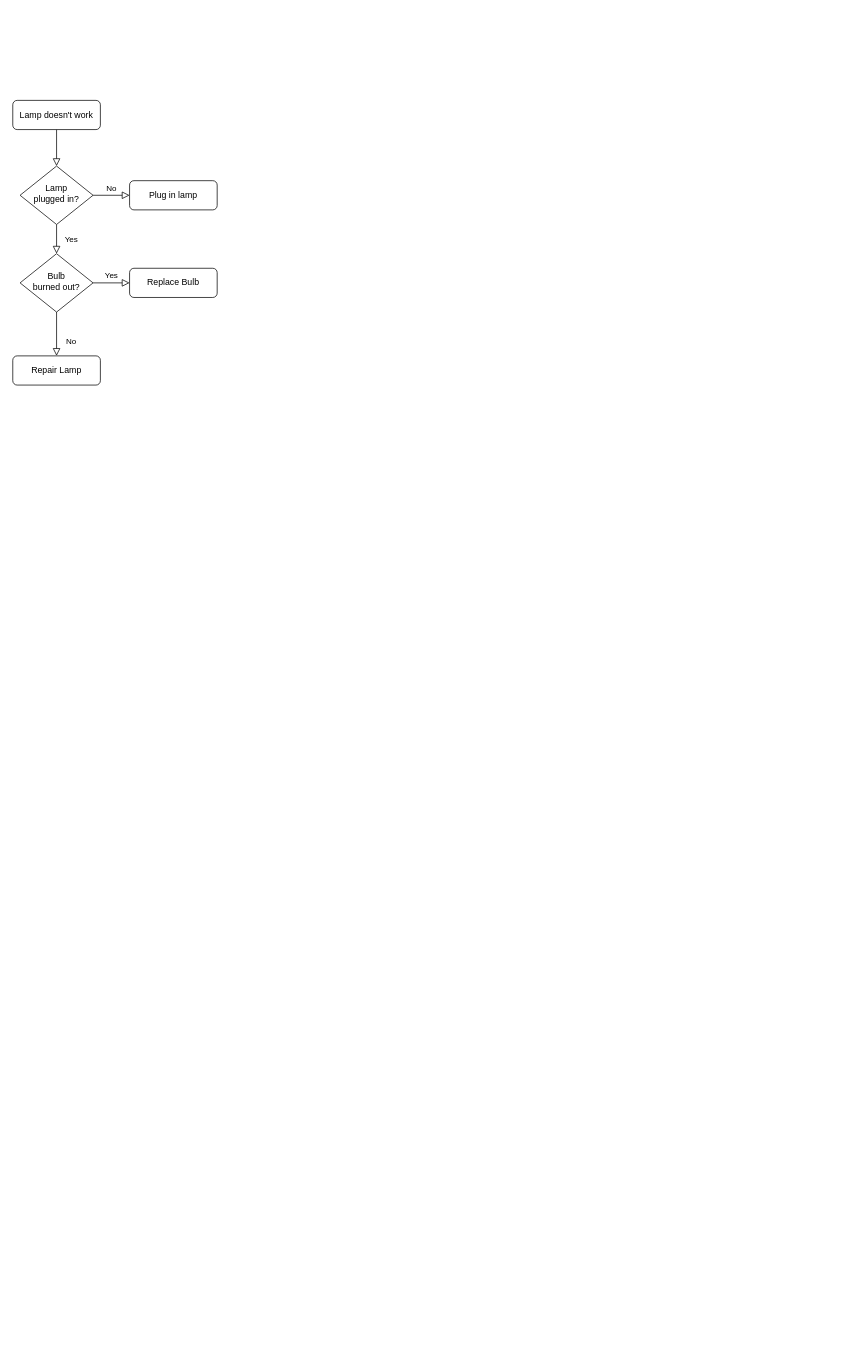
lihema/lihemahome keeps this draw.io diagram as 排期邀约.drawio. Above is the earlier version. Source tidied: cells renumbered, new cells numbered last; positions are measured from the earlier drawing's top-left corner, leaving out a move shared by most shapes. Both pictures are drawn from the tidied source at 73%, with x=0, y=0 at pixel (12, 100).
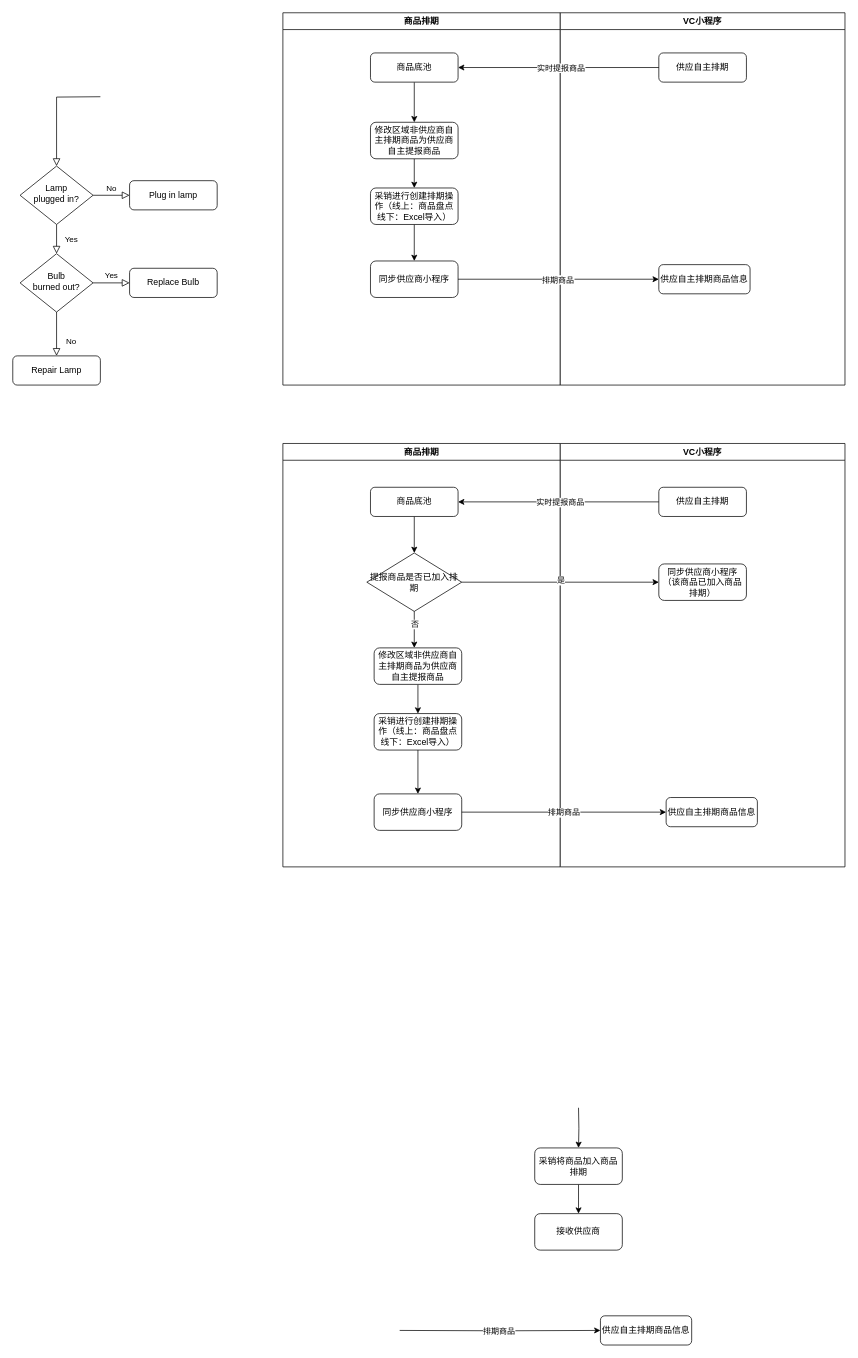
The same diagram, later.

Unchanged cells that the change refers to:
```xml
<mxCell id="6" value="Lamp&lt;br&gt;plugged in?" style="rhombus;whiteSpace=wrap;html=1;shadow=0;fontFamily=Helvetica;fontSize=12;align=center;strokeWidth=1;spacing=6;spacingTop=-4;" parent="1" vertex="1">
  <mxGeometry x="10" y="90" width="100" height="80" as="geometry" />
</mxCell>
```

What changed in the source:
```diff
@@
-    <mxCell id="2" style="rounded=0;html=1;jettySize=auto;fontSize=11;endArrow=block;endFill=0;endSize=8;strokeWidth=1;shadow=0;labelBackgroundColor=none;edgeStyle=orthogonalEdgeStyle;" parent="1" edge="1" source="3" target="6">
-      <mxGeometry relative="1" as="geometry" />
+    <mxCell id="2" style="rounded=0;html=1;jettySize=auto;fontSize=11;endArrow=block;endFill=0;endSize=8;strokeWidth=1;shadow=0;labelBackgroundColor=none;edgeStyle=orthogonalEdgeStyle;" parent="1" edge="1" target="6">
+      <mxGeometry relative="1" as="geometry">
+        <mxPoint x="120" y="-5" as="sourcePoint" />
+      </mxGeometry>
     </mxCell>
-    <mxCell id="3" value="Lamp doesn't work" style="rounded=1;whiteSpace=wrap;html=1;fontSize=12;glass=0;strokeWidth=1;shadow=0;" parent="1" vertex="1">
-      <mxGeometry width="120" height="40" as="geometry" />
-    </mxCell>
@@
+    <mxCell id="13" value="商品排期" style="swimlane;fillColor=#FFFFFF;swimlaneFillColor=default;" parent="1" vertex="1">
+      <mxGeometry x="370" y="-120" width="380" height="510" as="geometry" />
+    </mxCell>
+    <mxCell id="14" style="edgeStyle=orthogonalEdgeStyle;rounded=0;jettySize=auto;html=1;" parent="13" edge="1" source="15" target="17">
+      <mxGeometry relative="1" as="geometry" />
+    </mxCell>
+    <mxCell id="15" value="商品底池" style="rounded=1;whiteSpace=wrap;html=1;fontSize=12;glass=0;strokeWidth=1;shadow=0;" parent="13" vertex="1">
+      <mxGeometry x="120" y="55" width="120" height="40" as="geometry" />
+    </mxCell>
+    <mxCell id="16" style="edgeStyle=orthogonalEdgeStyle;rounded=0;jettySize=auto;html=1;" parent="13" edge="1" source="17" target="19">
+      <mxGeometry relative="1" as="geometry" />
+    </mxCell>
+    <mxCell id="17" value="修改区域非供应商自主排期商品为供应商自主提报商品" style="rounded=1;whiteSpace=wrap;html=1;fontSize=12;glass=0;strokeWidth=1;shadow=0;" parent="13" vertex="1">
+      <mxGeometry x="120" y="150" width="120" height="50" as="geometry" />
+    </mxCell>
+    <mxCell id="18" style="edgeStyle=orthogonalEdgeStyle;rounded=0;jettySize=auto;html=1;" parent="13" edge="1" source="19" target="20">
+      <mxGeometry relative="1" as="geometry" />
+    </mxCell>
+    <mxCell id="19" value="采销进行创建排期操作（线上：商品盘点&lt;br&gt;线下：Excel导入）" style="rounded=1;whiteSpace=wrap;html=1;fontSize=12;glass=0;strokeWidth=1;shadow=0;" parent="13" vertex="1">
+      <mxGeometry x="120" y="240" width="120" height="50" as="geometry" />
+    </mxCell>
+    <mxCell id="20" value="同步供应商小程序" style="rounded=1;whiteSpace=wrap;html=1;fontSize=12;glass=0;strokeWidth=1;shadow=0;" parent="13" vertex="1">
+      <mxGeometry x="120" y="340" width="120" height="50" as="geometry" />
+    </mxCell>
+    <mxCell id="21" value="VC小程序" style="swimlane;fillColor=#FFFFFF;swimlaneFillColor=default;" parent="1" vertex="1">
+      <mxGeometry x="750" y="-120" width="390" height="510" as="geometry" />
+    </mxCell>
+    <mxCell id="22" value="供应自主排期" style="rounded=1;whiteSpace=wrap;html=1;fontSize=12;glass=0;strokeWidth=1;shadow=0;" parent="21" vertex="1">
+      <mxGeometry x="135" y="55" width="120" height="40" as="geometry" />
+    </mxCell>
+    <mxCell id="23" value="供应自主排期商品信息" style="rounded=1;whiteSpace=wrap;html=1;fontSize=12;glass=0;strokeWidth=1;shadow=0;" parent="21" vertex="1">
+      <mxGeometry x="135" y="345" width="125" height="40" as="geometry" />
+    </mxCell>
+    <mxCell id="24" style="edgeStyle=orthogonalEdgeStyle;rounded=0;jettySize=auto;html=1;entryX=1;entryY=0.5;entryDx=0;entryDy=0;" parent="1" edge="1" source="22" target="15">
+      <mxGeometry relative="1" as="geometry" />
+    </mxCell>
+    <mxCell id="25" value="实时提报商品" style="edgeLabel;html=1;align=center;verticalAlign=middle;" parent="24" vertex="1">
+      <mxGeometry x="0.42" y="-2" relative="1" as="geometry">
+        <mxPoint x="60" y="2" as="offset" />
+      </mxGeometry>
+    </mxCell>
+    <mxCell id="26" style="edgeStyle=orthogonalEdgeStyle;rounded=0;jettySize=auto;html=1;entryX=0;entryY=0.5;entryDx=0;entryDy=0;" parent="1" edge="1" source="20" target="23">
+      <mxGeometry relative="1" as="geometry" />
+    </mxCell>
+    <mxCell id="27" value="排期商品" style="edgeLabel;html=1;align=center;verticalAlign=middle;" parent="26" vertex="1">
+      <mxGeometry x="-0.01" relative="1" as="geometry" />
+    </mxCell>
+    <mxCell id="28" value="商品排期" style="swimlane;fillColor=#FFFFFF;swimlaneFillColor=default;" parent="1" vertex="1">
+      <mxGeometry x="370" y="470" width="380" height="580" as="geometry" />
+    </mxCell>
+    <mxCell id="29" style="edgeStyle=orthogonalEdgeStyle;rounded=0;jettySize=auto;html=1;" parent="28" edge="1" source="30" target="33">
+      <mxGeometry relative="1" as="geometry" />
+    </mxCell>
+    <mxCell id="30" value="商品底池" style="rounded=1;whiteSpace=wrap;html=1;fontSize=12;glass=0;strokeWidth=1;shadow=0;" parent="28" vertex="1">
+      <mxGeometry x="120" y="60" width="120" height="40" as="geometry" />
+    </mxCell>
+    <mxCell id="31" style="edgeStyle=orthogonalEdgeStyle;rounded=0;orthogonalLoop=1;jettySize=auto;html=1;" parent="28" edge="1">
+      <mxGeometry relative="1" as="geometry">
+        <mxPoint x="180" y="200" as="sourcePoint" />
+        <mxPoint x="180" y="280" as="targetPoint" />
+      </mxGeometry>
+    </mxCell>
+    <mxCell id="32" value="否" style="edgeLabel;html=1;align=center;verticalAlign=middle;" parent="31" vertex="1">
+      <mxGeometry x="0.17" relative="1" as="geometry" />
+    </mxCell>
+    <mxCell id="33" value="提报商品是否已加入排期" style="rhombus;whiteSpace=wrap;html=1;fillColor=#FFFFFF;gradientColor=none;" parent="28" vertex="1">
+      <mxGeometry x="115" y="150" width="130" height="80" as="geometry" />
+    </mxCell>
+    <mxCell id="34" style="edgeStyle=orthogonalEdgeStyle;rounded=0;jettySize=auto;html=1;" parent="28" edge="1" source="35" target="36">
+      <mxGeometry relative="1" as="geometry" />
+    </mxCell>
+    <mxCell id="35" value="修改区域非供应商自主排期商品为供应商自主提报商品" style="rounded=1;whiteSpace=wrap;html=1;fontSize=12;glass=0;strokeWidth=1;shadow=0;" parent="28" vertex="1">
+      <mxGeometry x="125" y="280" width="120" height="50" as="geometry" />
+    </mxCell>
+    <mxCell id="36" value="采销进行创建排期操作（线上：商品盘点&lt;br&gt;线下：Excel导入）" style="rounded=1;whiteSpace=wrap;html=1;fontSize=12;glass=0;strokeWidth=1;shadow=0;" parent="28" vertex="1">
+      <mxGeometry x="125" y="370" width="120" height="50" as="geometry" />
+    </mxCell>
+    <mxCell id="37" value="VC小程序" style="swimlane;fillColor=#FFFFFF;swimlaneFillColor=default;" parent="1" vertex="1">
+      <mxGeometry x="750" y="470" width="390" height="580" as="geometry" />
+    </mxCell>
+    <mxCell id="38" value="供应自主排期" style="rounded=1;whiteSpace=wrap;html=1;fontSize=12;glass=0;strokeWidth=1;shadow=0;" parent="37" vertex="1">
+      <mxGeometry x="135" y="60" width="120" height="40" as="geometry" />
+    </mxCell>
+    <mxCell id="39" style="edgeStyle=orthogonalEdgeStyle;rounded=0;jettySize=auto;html=1;entryX=1;entryY=0.5;entryDx=0;entryDy=0;" parent="37" edge="1" source="38">
+      <mxGeometry relative="1" as="geometry">
+        <mxPoint x="-140" y="80" as="targetPoint" />
+      </mxGeometry>
+    </mxCell>
+    <mxCell id="40" value="实时提报商品" style="edgeLabel;html=1;align=center;verticalAlign=middle;" parent="39" vertex="1">
+      <mxGeometry x="0.42" y="-2" relative="1" as="geometry">
+        <mxPoint x="60" y="2" as="offset" />
+      </mxGeometry>
+    </mxCell>
+    <mxCell id="41" value="同步供应商小程序&lt;br&gt;（该商品已加入商品排期）" style="rounded=1;whiteSpace=wrap;html=1;fontSize=12;glass=0;strokeWidth=1;shadow=0;" parent="37" vertex="1">
+      <mxGeometry x="135" y="165" width="120" height="50" as="geometry" />
+    </mxCell>
+    <mxCell id="42" value="同步供应商小程序" style="rounded=1;whiteSpace=wrap;html=1;fontSize=12;glass=0;strokeWidth=1;shadow=0;" parent="37" vertex="1">
+      <mxGeometry x="-255" y="480" width="120" height="50" as="geometry" />
+    </mxCell>
+    <mxCell id="43" value="供应自主排期商品信息" style="rounded=1;whiteSpace=wrap;html=1;fontSize=12;glass=0;strokeWidth=1;shadow=0;" parent="37" vertex="1">
+      <mxGeometry x="145" y="485" width="125" height="40" as="geometry" />
+    </mxCell>
+    <mxCell id="44" style="edgeStyle=orthogonalEdgeStyle;rounded=0;jettySize=auto;html=1;entryX=0;entryY=0.5;entryDx=0;entryDy=0;" parent="37" edge="1" source="42" target="43">
+      <mxGeometry relative="1" as="geometry" />
+    </mxCell>
+    <mxCell id="45" value="排期商品" style="edgeLabel;html=1;align=center;verticalAlign=middle;" parent="44" vertex="1">
+      <mxGeometry x="-0.01" relative="1" as="geometry" />
+    </mxCell>
+    <mxCell id="46" value="供应自主排期商品信息" style="rounded=1;whiteSpace=wrap;html=1;fontSize=12;glass=0;strokeWidth=1;shadow=0;" parent="1" vertex="1">
+      <mxGeometry x="805" y="1665" width="125" height="40" as="geometry" />
+    </mxCell>
+    <mxCell id="47" style="edgeStyle=orthogonalEdgeStyle;rounded=0;jettySize=auto;html=1;entryX=0;entryY=0.5;entryDx=0;entryDy=0;" parent="1" edge="1" target="46">
+      <mxGeometry relative="1" as="geometry">
+        <mxPoint x="530" y="1685" as="sourcePoint" />
+      </mxGeometry>
+    </mxCell>
+    <mxCell id="48" value="排期商品" style="edgeLabel;html=1;align=center;verticalAlign=middle;" parent="47" vertex="1">
+      <mxGeometry x="-0.01" relative="1" as="geometry" />
+    </mxCell>
+    <mxCell id="49" style="edgeStyle=orthogonalEdgeStyle;rounded=0;jettySize=auto;html=1;" parent="1" edge="1" target="51">
+      <mxGeometry relative="1" as="geometry">
+        <mxPoint x="775" y="1380" as="sourcePoint" />
+      </mxGeometry>
+    </mxCell>
+    <mxCell id="50" style="edgeStyle=orthogonalEdgeStyle;rounded=0;jettySize=auto;html=1;" parent="1" edge="1" source="51">
+      <mxGeometry relative="1" as="geometry">
+        <mxPoint x="775" y="1525" as="targetPoint" />
+      </mxGeometry>
+    </mxCell>
+    <mxCell id="51" value="采销将商品加入商品排期" style="rounded=1;whiteSpace=wrap;html=1;fontSize=12;glass=0;strokeWidth=1;shadow=0;" parent="1" vertex="1">
+      <mxGeometry x="715" y="1435" width="120" height="50" as="geometry" />
+    </mxCell>
+    <mxCell id="52" value="接收供应商" style="rounded=1;whiteSpace=wrap;html=1;fontSize=12;glass=0;strokeWidth=1;shadow=0;" parent="1" vertex="1">
+      <mxGeometry x="715" y="1525" width="120" height="50" as="geometry" />
+    </mxCell>
+    <mxCell id="53" style="edgeStyle=orthogonalEdgeStyle;rounded=0;jettySize=auto;html=1;entryX=0;entryY=0.5;entryDx=0;entryDy=0;" parent="1" edge="1" source="33" target="41">
+      <mxGeometry relative="1" as="geometry" />
+    </mxCell>
+    <mxCell id="54" value="是" style="edgeLabel;html=1;align=center;verticalAlign=middle;" parent="53" vertex="1">
+      <mxGeometry x="-0.74" y="3" relative="1" as="geometry">
+        <mxPoint x="100" as="offset" />
+      </mxGeometry>
+    </mxCell>
+    <mxCell id="55" style="edgeStyle=orthogonalEdgeStyle;rounded=0;jettySize=auto;html=1;" parent="1" edge="1" source="36" target="42">
+      <mxGeometry relative="1" as="geometry" />
+    </mxCell>
```
